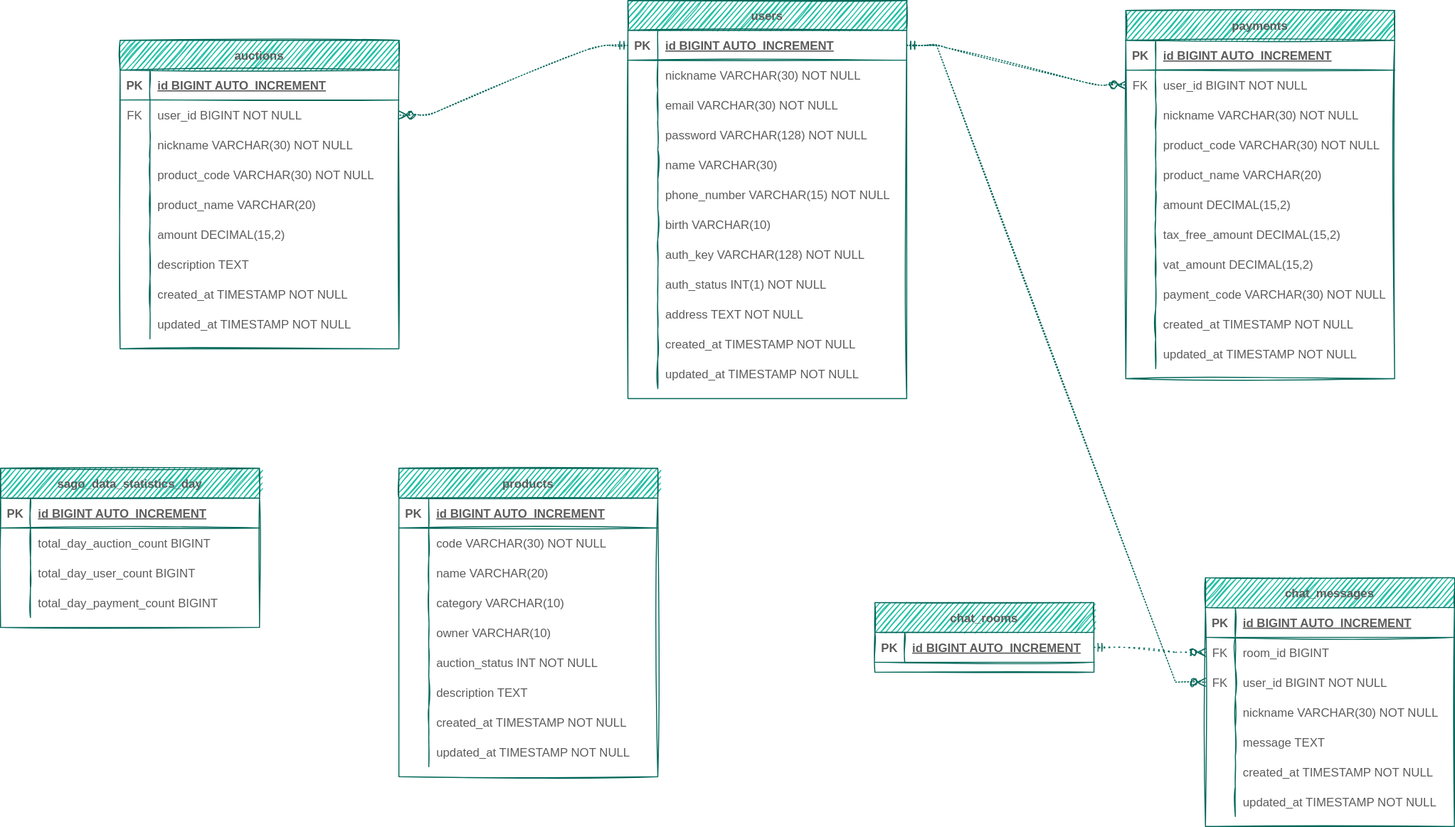
This is sago_database_schema.drawio.svg from AnneMayor/TestRepository, a draw.io export, as it was before one commit. Source tidied: cells renumbered, new cells last; positions are measured from the earlier drawing's top-left corner, leaving out a move shared by most shapes.
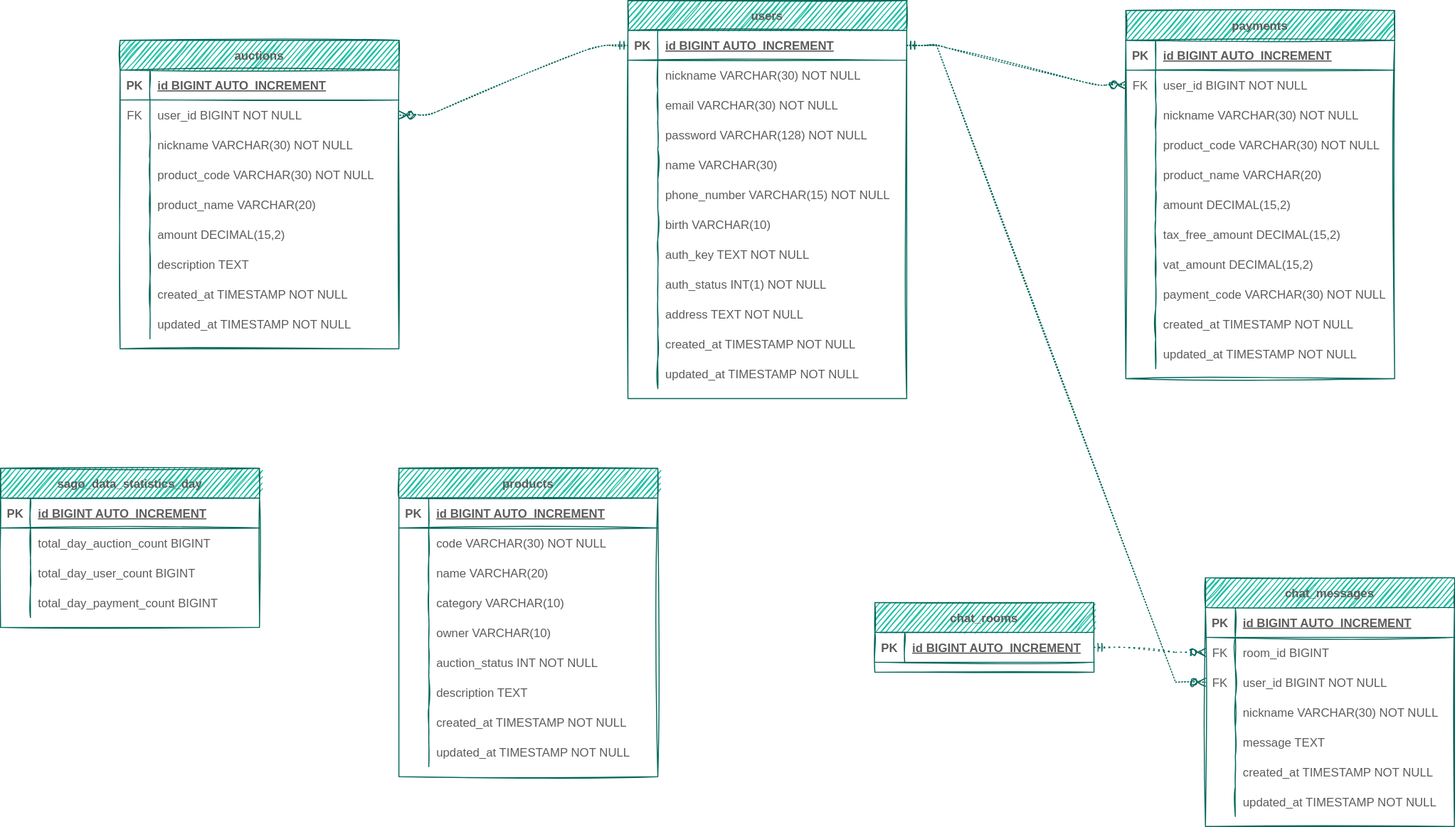
After the commit.

What changed in the source:
```diff
@@ -260,7 +260,7 @@
     <mxCell id="87" style="shape=partialRectangle;overflow=hidden;fillColor=none;top=0;left=0;bottom=0;right=0;sketch=1;strokeColor=#006658;fontColor=#5C5C5C;" parent="86" vertex="1">
       <mxGeometry width="30" height="30" as="geometry" />
     </mxCell>
-    <mxCell id="88" value="auth_key VARCHAR(128) NOT NULL" style="shape=partialRectangle;overflow=hidden;fillColor=none;top=0;left=0;bottom=0;right=0;align=left;spacingLeft=6;sketch=1;strokeColor=#006658;fontColor=#5C5C5C;" parent="86" vertex="1">
+    <mxCell id="88" value="auth_key TEXT NOT NULL" style="shape=partialRectangle;overflow=hidden;fillColor=none;top=0;left=0;bottom=0;right=0;align=left;spacingLeft=6;sketch=1;strokeColor=#006658;fontColor=#5C5C5C;" parent="86" vertex="1">
       <mxGeometry x="30" width="250" height="30" as="geometry" />
     </mxCell>
     <mxCell id="89" style="shape=partialRectangle;fillColor=none;top=0;left=0;right=0;bottom=0;sketch=1;strokeColor=#006658;fontColor=#5C5C5C;" parent="64" vertex="1">
```
